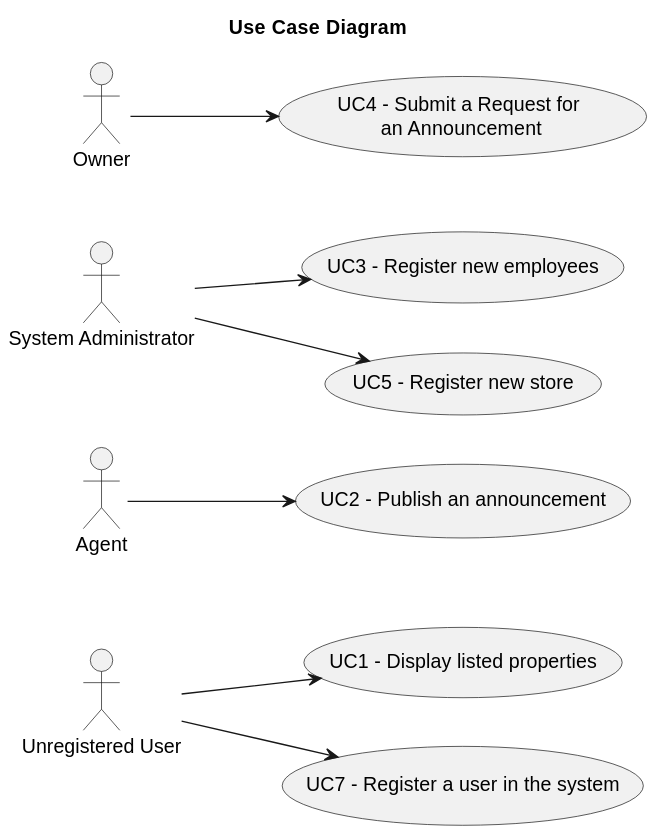
Earlier version of the PlantUML export docs/sprintC/global-artifacts/01.requirements-engineering/svg/use-case-diagram.svg (rita-barbosa/LAPR2-2223).
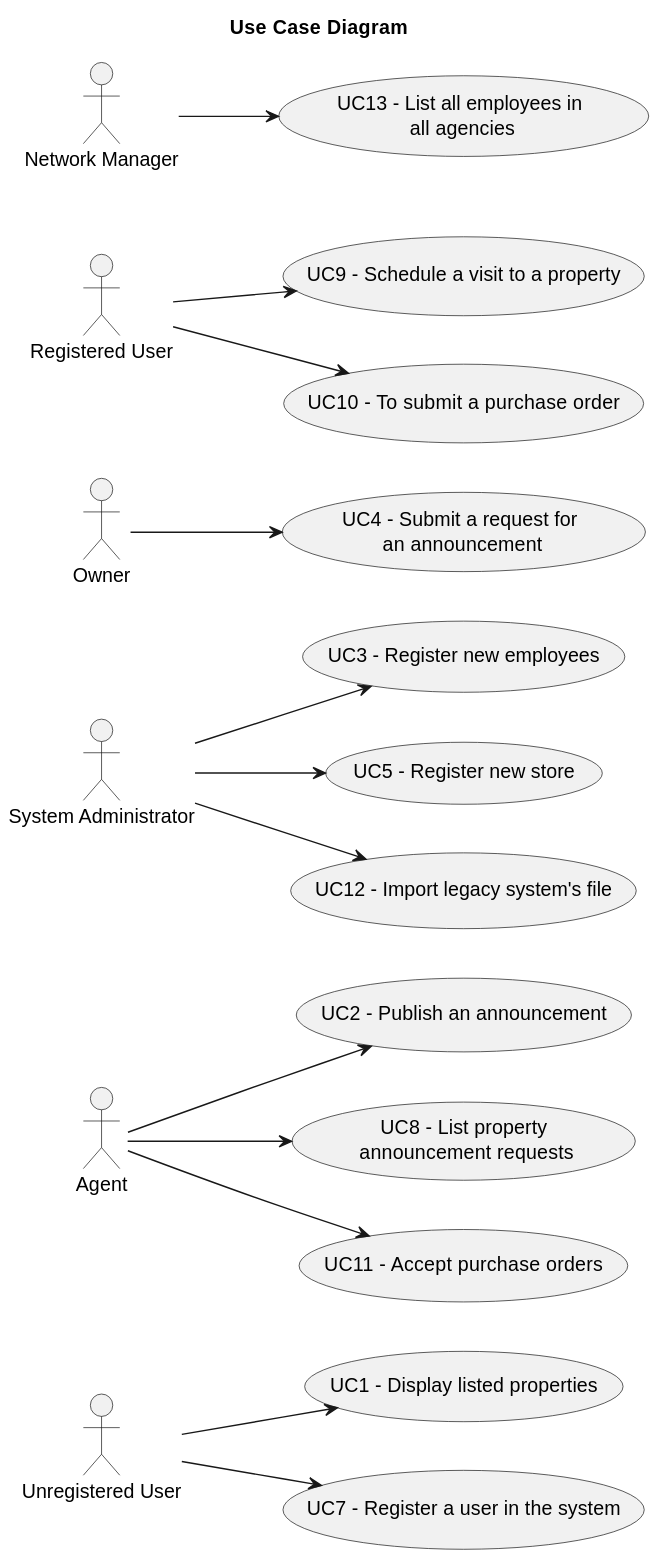
The same diagram one commit later.

Commit message:
Update of use case diagram [global][Requirements Engineering]

The edit, as a diff of the source:
```diff
@@ -15,10 +15,22 @@
         "Agent" --> UC2
     usecase "UC3 - Register new employees" as UC3
         "System Administrator" --> UC3
+    usecase "UC4 - Submit a request for\n an announcement" as UC4
+        "Owner" --> UC4
     usecase "UC5 - Register new store" as UC5
         "System Administrator" --> UC5
-     usecase "UC4 - Submit a Request for\n an Announcement" as UC4
-        "Owner" --> UC4
     usecase "UC7 - Register a user in the system" as UC7
         "Unregistered User" --> UC7
+    usecase "UC8 - List property\n announcement requests" as UC8
+       "Agent" --> UC8
+    usecase "UC9 - Schedule a visit to a property" as UC9
+       "Registered User" --> UC9
+    usecase "UC10 - To submit a purchase order" as UC10
+       "Registered User" --> UC10
+    usecase "UC11 - Accept purchase orders" as UC11
+       "Agent" --> UC11
+    usecase "UC12 - Import legacy system's file" as UC12
+       "System Administrator" --> UC12
+    usecase "UC13 - List all employees in\n all agencies" as UC13
+       "Network Manager" --> UC13
 @enduml
```
